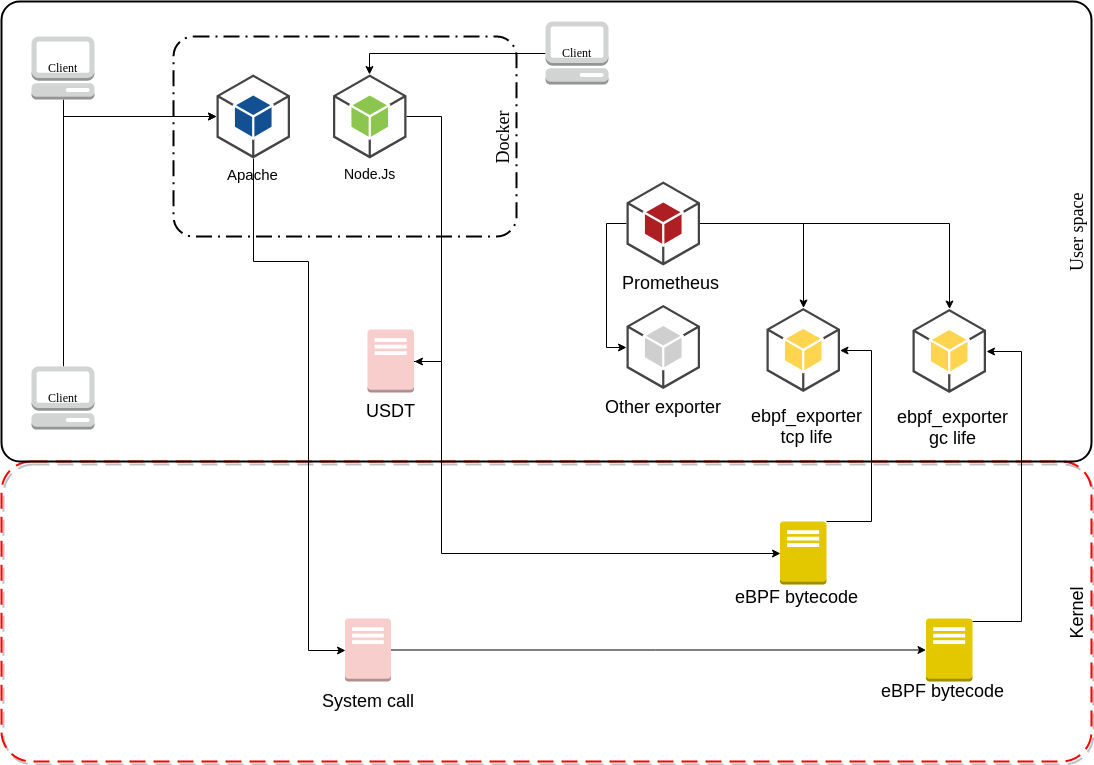
Before: schema_promo_httpd_node.png, a diagram exported from draw.io (Oliryc/monobpf). Source tidied: cells renumbered, new cells last; positions are measured from the earlier drawing's top-left corner, leaving out a move shared by most shapes.
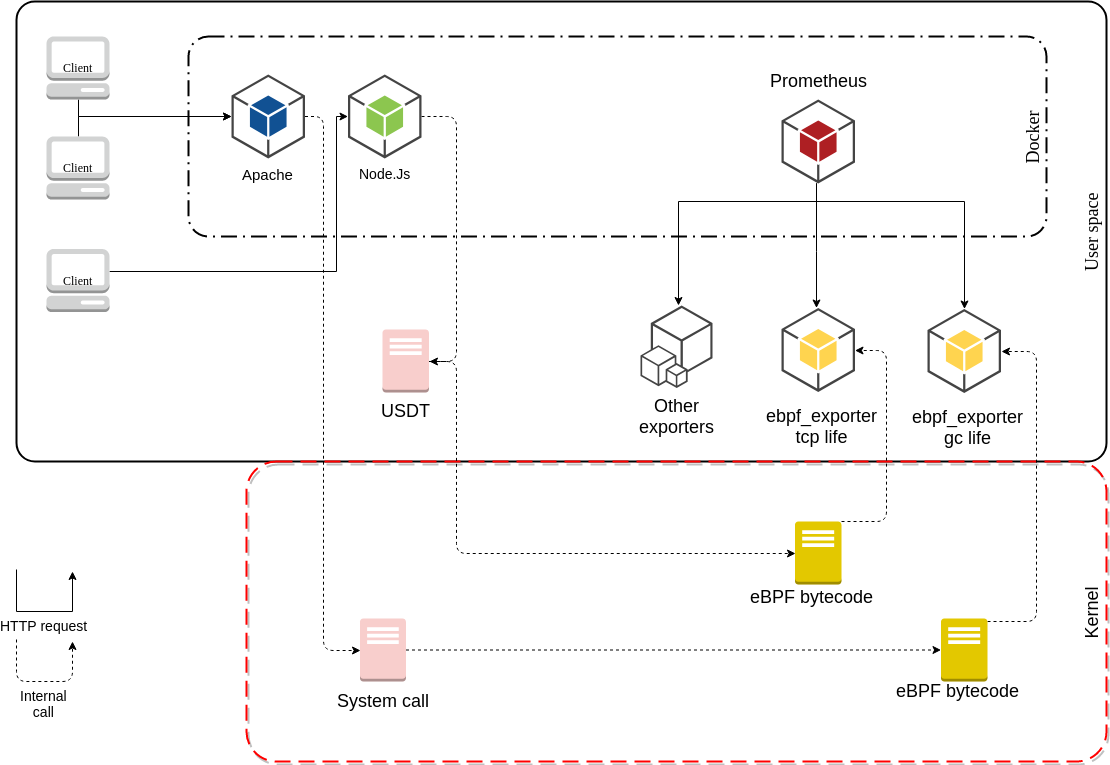
Later version of the same file.

The edit, as a diff of the source:
```diff
@@ -2,24 +2,25 @@
   <root>
     <mxCell id="0" />
     <mxCell id="1" parent="0" />
+    <mxCell id="3" value="User space" style="rounded=1;arcSize=4;dashed=0;strokeColor=#000000;fillColor=none;gradientColor=none;strokeWidth=2;shadow=0;comic=0;fontFamily=Verdana;fontSize=18;fontColor=#000000;html=1;horizontal=0;verticalAlign=bottom;" parent="1" vertex="1">
+      <mxGeometry width="1090" height="460" as="geometry" />
+    </mxCell>
     <mxCell id="2" value="Kernel" style="rounded=1;arcSize=10;dashed=1;strokeColor=#ff0000;fillColor=none;gradientColor=none;dashPattern=8 4;strokeWidth=2;shadow=1;verticalAlign=bottom;horizontal=0;fontSize=18;" parent="1" vertex="1">
-      <mxGeometry y="460" width="1090" height="300" as="geometry" />
+      <mxGeometry x="230" y="460" width="860" height="300" as="geometry" />
     </mxCell>
-    <mxCell id="3" value="User space" style="rounded=1;arcSize=4;dashed=0;strokeColor=#000000;fillColor=none;gradientColor=none;strokeWidth=2;shadow=0;comic=0;fontFamily=Verdana;fontSize=18;fontColor=#000000;html=1;horizontal=0;verticalAlign=bottom;" parent="1" vertex="1">
-      <mxGeometry width="1090" height="460" as="geometry" />
-    </mxCell>
     <mxCell id="4" value="Docker" style="rounded=1;arcSize=10;dashed=1;strokeColor=#000000;fillColor=none;gradientColor=none;dashPattern=8 3 1 3;strokeWidth=2;shadow=0;comic=0;fontFamily=Verdana;fontSize=18;fontColor=#000000;html=1;verticalAlign=bottom;horizontal=0;" parent="1" vertex="1">
-      <mxGeometry x="172" y="35" width="343" height="200" as="geometry" />
+      <mxGeometry x="172" y="35" width="858" height="200" as="geometry" />
     </mxCell>
     <mxCell id="5" style="edgeStyle=orthogonalEdgeStyle;rounded=0;jettySize=auto;html=1;fontSize=14;" parent="1" edge="1" source="6" target="38">
       <mxGeometry relative="1" as="geometry">
         <Array as="points">
-          <mxPoint x="368" y="52" />
+          <mxPoint x="320" y="270" />
+          <mxPoint x="320" y="115" />
         </Array>
       </mxGeometry>
     </mxCell>
     <mxCell id="6" value="Client" style="dashed=0;html=1;shape=mxgraph.aws3.management_console;fillColor=#D2D3D3;gradientColor=none;rounded=1;shadow=0;comic=0;strokeColor=#E6E6E6;strokeWidth=6;fontFamily=Verdana;fontSize=12;fontColor=#000000;" parent="1" vertex="1">
-      <mxGeometry x="544" y="20" width="63" height="63" as="geometry" />
+      <mxGeometry x="30" y="247.5" width="63" height="63" as="geometry" />
     </mxCell>
     <mxCell id="7" style="edgeStyle=orthogonalEdgeStyle;rounded=0;jettySize=auto;html=1;entryX=0;entryY=0.5;entryDx=0;entryDy=0;entryPerimeter=0;" parent="1" edge="1" source="8" target="16">
       <mxGeometry relative="1" as="geometry">
@@ -39,9 +40,9 @@
       </mxGeometry>
     </mxCell>
     <mxCell id="10" value="Client" style="dashed=0;html=1;shape=mxgraph.aws3.management_console;fillColor=#D2D3D3;gradientColor=none;rounded=1;shadow=0;comic=0;strokeColor=#E6E6E6;strokeWidth=6;fontFamily=Verdana;fontSize=12;fontColor=#000000;" parent="1" vertex="1">
-      <mxGeometry x="30" y="365" width="63" height="63" as="geometry" />
+      <mxGeometry x="30" y="135" width="63" height="63" as="geometry" />
     </mxCell>
-    <mxCell id="11" style="edgeStyle=orthogonalEdgeStyle;rounded=0;jettySize=auto;html=1;entryX=0;entryY=0.5;entryDx=0;entryDy=0;entryPerimeter=0;fontSize=14;" parent="1" edge="1" source="12" target="23">
+    <mxCell id="11" style="edgeStyle=orthogonalEdgeStyle;rounded=1;jettySize=auto;html=1;entryX=0;entryY=0.5;entryDx=0;entryDy=0;entryPerimeter=0;fontSize=14;endSize=6;strokeColor=#000000;dashed=1;" parent="1" edge="1" source="12" target="23">
       <mxGeometry relative="1" as="geometry">
         <Array as="points">
           <mxPoint x="440" y="360" />
@@ -62,10 +63,10 @@
         <mxPoint x="263.5" y="426.5" as="sourcePoint" />
       </mxGeometry>
     </mxCell>
-    <mxCell id="15" style="edgeStyle=orthogonalEdgeStyle;rounded=0;jettySize=auto;html=1;entryX=0;entryY=0.5;entryDx=0;entryDy=0;entryPerimeter=0;fontSize=14;" parent="1" edge="1" source="16" target="34">
+    <mxCell id="15" style="edgeStyle=orthogonalEdgeStyle;rounded=1;jettySize=auto;html=1;entryX=0;entryY=0.5;entryDx=0;entryDy=0;entryPerimeter=0;fontSize=14;endSize=6;strokeColor=#000000;dashed=1;" parent="1" edge="1" source="16" target="34">
       <mxGeometry relative="1" as="geometry">
         <Array as="points">
-          <mxPoint x="307" y="260" />
+          <mxPoint x="307" y="115" />
           <mxPoint x="307" y="649" />
         </Array>
       </mxGeometry>
@@ -74,26 +75,37 @@
       <mxGeometry x="215" y="73" width="73.5" height="84" as="geometry" />
     </mxCell>
     <mxCell id="17" style="edgeStyle=orthogonalEdgeStyle;rounded=0;jettySize=auto;html=1;fontSize=18;" parent="1" edge="1" source="20" target="21">
-      <mxGeometry relative="1" as="geometry" />
+      <mxGeometry relative="1" as="geometry">
+        <Array as="points">
+          <mxPoint x="800" y="250" />
+          <mxPoint x="800" y="250" />
+        </Array>
+      </mxGeometry>
     </mxCell>
-    <mxCell id="18" style="edgeStyle=orthogonalEdgeStyle;rounded=0;jettySize=auto;html=1;fontSize=18;" parent="1" edge="1" source="20" target="27">
+    <mxCell id="18" style="edgeStyle=orthogonalEdgeStyle;rounded=0;jettySize=auto;html=1;fontSize=18;" parent="1" edge="1" source="20">
       <mxGeometry relative="1" as="geometry">
+        <mxPoint x="662" y="303.5" as="targetPoint" />
         <Array as="points">
-          <mxPoint x="605" y="222" />
-          <mxPoint x="605" y="345.5" />
+          <mxPoint x="800" y="200" />
+          <mxPoint x="662" y="200" />
         </Array>
       </mxGeometry>
     </mxCell>
     <mxCell id="19" style="edgeStyle=orthogonalEdgeStyle;rounded=0;jettySize=auto;html=1;fontSize=14;" parent="1" edge="1" source="20" target="28">
-      <mxGeometry relative="1" as="geometry" />
+      <mxGeometry relative="1" as="geometry">
+        <Array as="points">
+          <mxPoint x="800" y="200" />
+          <mxPoint x="948" y="200" />
+        </Array>
+      </mxGeometry>
     </mxCell>
     <mxCell id="20" style="outlineConnect=0;dashed=0;verticalLabelPosition=bottom;verticalAlign=top;align=center;html=1;shape=mxgraph.aws3.android;fillColor=#AE1F23;gradientColor=none;" parent="1" vertex="1">
-      <mxGeometry x="625" y="180" width="73.5" height="84" as="geometry" />
+      <mxGeometry x="765" y="98" width="73.5" height="84" as="geometry" />
     </mxCell>
     <mxCell id="21" style="outlineConnect=0;dashed=0;verticalLabelPosition=bottom;verticalAlign=top;align=center;html=1;shape=mxgraph.aws3.android;fillColor=#FFD44F;gradientColor=none;" parent="1" vertex="1">
       <mxGeometry x="765" y="306.5" width="73.5" height="84" as="geometry" />
     </mxCell>
-    <mxCell id="22" style="edgeStyle=orthogonalEdgeStyle;rounded=0;jettySize=auto;html=1;fontSize=14;" parent="1" edge="1" source="23" target="21">
+    <mxCell id="22" style="edgeStyle=orthogonalEdgeStyle;rounded=1;jettySize=auto;html=1;fontSize=14;endSize=6;strokeColor=#000000;dashed=1;" parent="1" edge="1" source="23" target="21">
       <mxGeometry relative="1" as="geometry">
         <Array as="points">
           <mxPoint x="870" y="520" />
@@ -111,15 +123,12 @@
       <mxGeometry x="740" y="402" width="130" height="50" as="geometry" />
     </mxCell>
     <mxCell id="26" value="Prometheus&lt;br&gt;" style="text;html=1;align=center;verticalAlign=top;spacingTop=-4;fontSize=18;" parent="1" vertex="1">
-      <mxGeometry x="614" y="269" width="110" height="20" as="geometry" />
+      <mxGeometry x="747" y="66.5" width="110" height="20" as="geometry" />
     </mxCell>
-    <mxCell id="27" value="Other exporter" style="outlineConnect=0;dashed=0;verticalLabelPosition=bottom;verticalAlign=top;align=center;html=1;shape=mxgraph.aws3.android;fillColor=#CFCFCF;gradientColor=none;labelBackgroundColor=none;fontSize=18;" parent="1" vertex="1">
-      <mxGeometry x="625" y="303.5" width="73.5" height="84" as="geometry" />
-    </mxCell>
     <mxCell id="28" style="outlineConnect=0;dashed=0;verticalLabelPosition=bottom;verticalAlign=top;align=center;html=1;shape=mxgraph.aws3.android;fillColor=#FFD44F;gradientColor=none;" parent="1" vertex="1">
       <mxGeometry x="911" y="307.5" width="73.5" height="84" as="geometry" />
     </mxCell>
-    <mxCell id="29" style="edgeStyle=orthogonalEdgeStyle;rounded=0;jettySize=auto;html=1;entryX=1;entryY=0.5;entryDx=0;entryDy=0;entryPerimeter=0;fontSize=14;" parent="1" edge="1" source="30" target="28">
+    <mxCell id="29" style="edgeStyle=orthogonalEdgeStyle;rounded=1;jettySize=auto;html=1;entryX=1;entryY=0.5;entryDx=0;entryDy=0;entryPerimeter=0;fontSize=14;endSize=6;strokeColor=#000000;dashed=1;" parent="1" edge="1" source="30" target="28">
       <mxGeometry relative="1" as="geometry">
         <Array as="points">
           <mxPoint x="1020" y="620" />
@@ -136,7 +145,7 @@
     <mxCell id="32" value="ebpf_exporter&lt;br&gt;gc life&lt;br&gt;" style="text;html=1;align=center;verticalAlign=top;spacingTop=-4;fontSize=18;" parent="1" vertex="1">
       <mxGeometry x="886" y="403" width="130" height="50" as="geometry" />
     </mxCell>
-    <mxCell id="33" style="edgeStyle=orthogonalEdgeStyle;rounded=0;jettySize=auto;html=1;fontSize=14;" parent="1" edge="1" source="34" target="30">
+    <mxCell id="33" style="edgeStyle=orthogonalEdgeStyle;rounded=0;jettySize=auto;html=1;fontSize=14;strokeColor=#000000;dashed=1;" parent="1" edge="1" source="34" target="30">
       <mxGeometry relative="1" as="geometry" />
     </mxCell>
     <mxCell id="34" style="dashed=0;html=1;shape=mxgraph.aws3.traditional_server;fillColor=#f8cecc;rounded=1;shadow=0;comic=0;strokeColor=#b85450;strokeWidth=6;fontFamily=Verdana;fontSize=12;verticalAlign=bottom;horizontal=1;align=right;labelBackgroundColor=none;" parent="1" vertex="1">
@@ -148,7 +157,7 @@
     <mxCell id="36" value="System call" style="text;html=1;align=center;verticalAlign=top;spacingTop=-4;fontSize=18;" parent="1" vertex="1">
       <mxGeometry x="311.5" y="687" width="110" height="20" as="geometry" />
     </mxCell>
-    <mxCell id="37" style="edgeStyle=orthogonalEdgeStyle;rounded=0;jettySize=auto;html=1;entryX=1;entryY=0.5;entryDx=0;entryDy=0;entryPerimeter=0;fontSize=14;" parent="1" edge="1" source="38" target="12">
+    <mxCell id="37" style="edgeStyle=orthogonalEdgeStyle;rounded=1;jettySize=auto;html=1;entryX=1;entryY=0.5;entryDx=0;entryDy=0;entryPerimeter=0;fontSize=14;endSize=6;strokeColor=#000000;dashed=1;" parent="1" edge="1" source="38" target="12">
       <mxGeometry relative="1" as="geometry">
         <Array as="points">
           <mxPoint x="440" y="115" />
@@ -159,5 +168,28 @@
     <mxCell id="38" value="Node.Js" style="outlineConnect=0;dashed=0;verticalLabelPosition=bottom;verticalAlign=top;align=center;html=1;shape=mxgraph.aws3.android;fillColor=#8CC64F;gradientColor=none;labelBackgroundColor=none;fontSize=14;" parent="1" vertex="1">
       <mxGeometry x="331.5" y="73" width="73.5" height="84" as="geometry" />
     </mxCell>
+    <mxCell id="39" value="Internal&lt;br&gt;call" style="edgeStyle=orthogonalEdgeStyle;rounded=1;orthogonalLoop=1;jettySize=auto;html=1;fontSize=14;endSize=6;strokeColor=#000000;dashed=1;verticalAlign=top;" parent="1" edge="1">
+      <mxGeometry relative="1" as="geometry">
+        <mxPoint x="-0.5" y="637.5" as="sourcePoint" />
+        <mxPoint x="56" y="640" as="targetPoint" />
+        <Array as="points">
+          <mxPoint y="680" />
+          <mxPoint x="56" y="680" />
+        </Array>
+      </mxGeometry>
+    </mxCell>
+    <mxCell id="40" value="HTTP request" style="edgeStyle=orthogonalEdgeStyle;rounded=0;orthogonalLoop=1;jettySize=auto;html=1;fontSize=14;endSize=6;strokeColor=#000000;verticalAlign=top;" parent="1" edge="1">
+      <mxGeometry relative="1" as="geometry">
+        <mxPoint y="568" as="sourcePoint" />
+        <mxPoint x="56" y="570" as="targetPoint" />
+        <Array as="points">
+          <mxPoint y="610" />
+          <mxPoint x="56" y="610" />
+        </Array>
+      </mxGeometry>
+    </mxCell>
+    <mxCell id="41" value="Other&lt;br&gt;exporters" style="dashed=0;verticalLabelPosition=bottom;verticalAlign=top;align=center;html=1;shape=mxgraph.aws3.cli;fillColor=#444444;gradientColor=none;fontSize=18;" parent="1" vertex="1">
+      <mxGeometry x="624" y="304" width="72" height="82.5" as="geometry" />
+    </mxCell>
   </root>
 </mxGraphModel>
```
